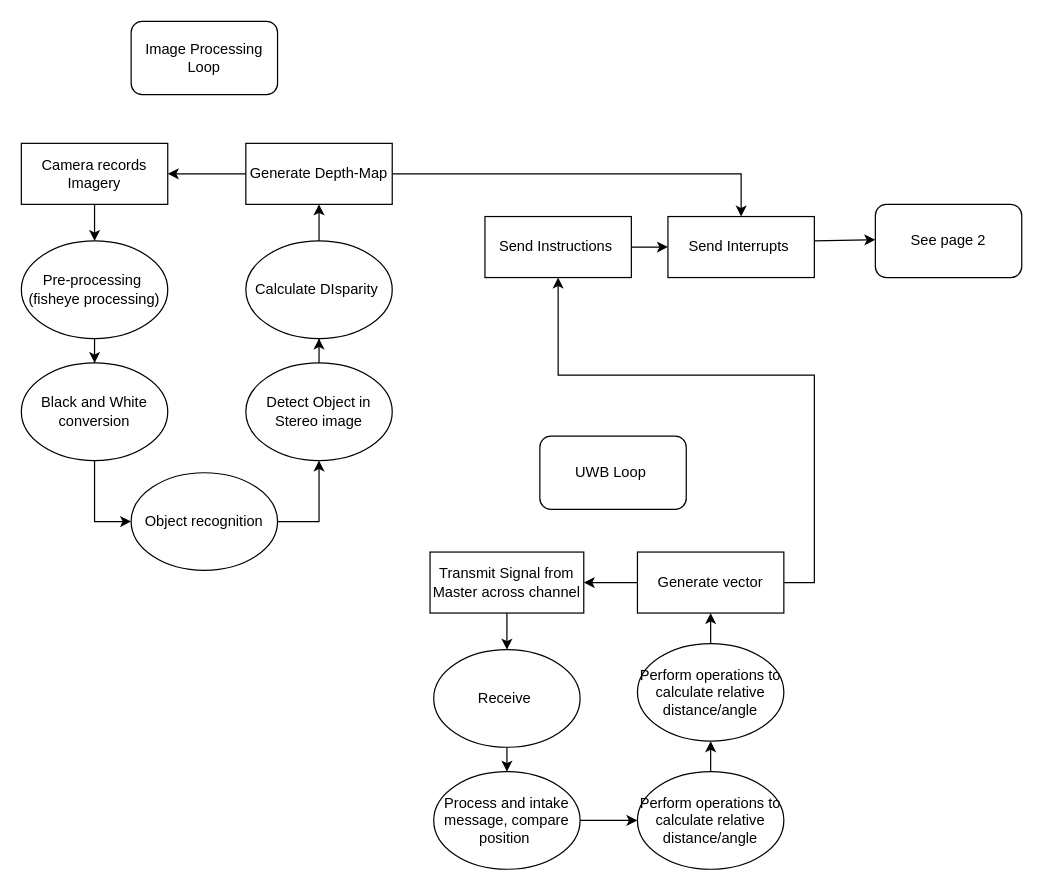
BowieJames/FollowMe keeps this draw.io diagram as page "Page-1" (1 of 3) of diagrams/ProgramFlow.drawio. Above is the earlier version. Source tidied: cells renumbered, new cells numbered last; positions are measured from the earlier drawing's top-left corner, leaving out a move shared by most shapes. Both pictures are drawn from the tidied source at 122%, with x=0, y=0 at pixel (21, 21).
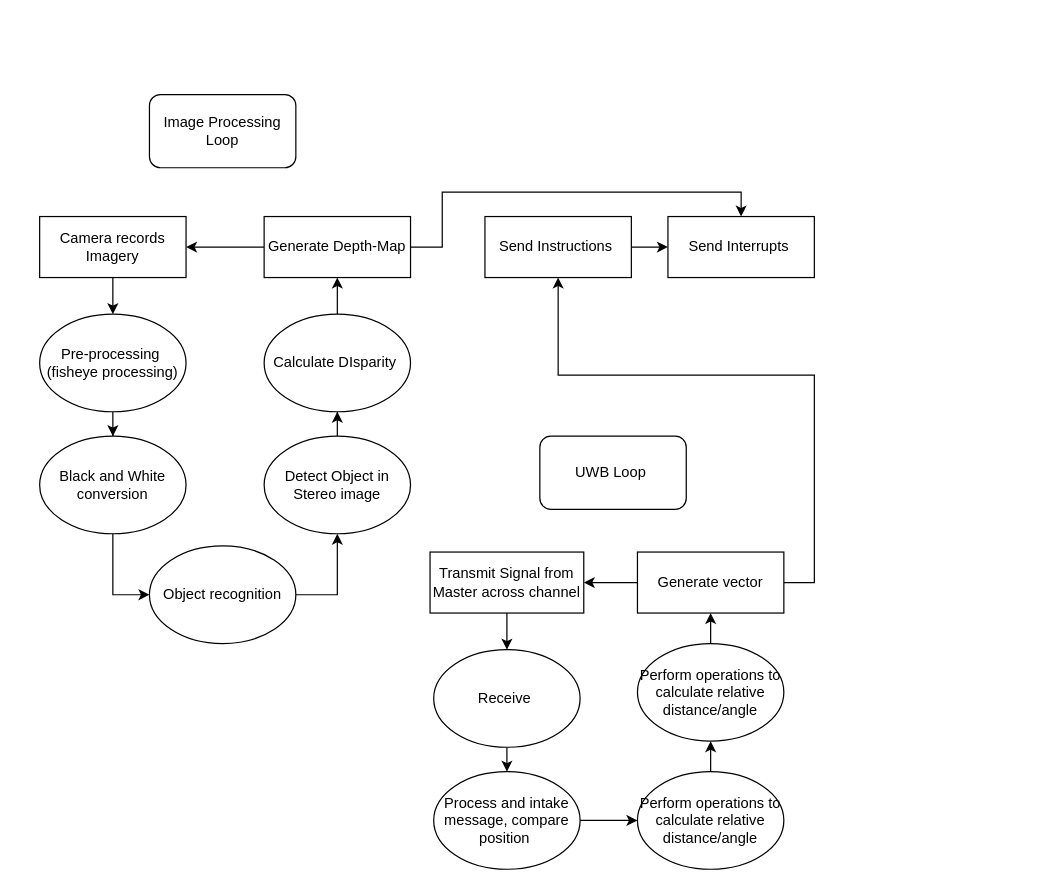
The same page after the edit.

The change refers to these unchanged cells:
```xml
<mxCell id="32" value="Send Interrupts&amp;nbsp;" style="whiteSpace=wrap;html=1;" parent="1" vertex="1">
  <mxGeometry x="530" y="160" width="120" height="50" as="geometry" />
</mxCell>
```

The edit, as a diff of the source:
```diff
@@
     <mxCell id="3" value="Camera records Imagery" style="rounded=0;whiteSpace=wrap;html=1;" parent="1" vertex="1">
-      <mxGeometry y="100" width="120" height="50" as="geometry" />
+      <mxGeometry x="15" y="160" width="120" height="50" as="geometry" />
     </mxCell>
@@
     <mxCell id="5" value="Pre-processing&amp;nbsp;&lt;div&gt;(fisheye processing&lt;span style=&quot;background-color: transparent; color: light-dark(rgb(0, 0, 0), rgb(255, 255, 255));&quot;&gt;)&lt;/span&gt;&lt;/div&gt;" style="ellipse;whiteSpace=wrap;html=1;" parent="1" vertex="1">
-      <mxGeometry y="180" width="120" height="80" as="geometry" />
+      <mxGeometry x="15" y="240" width="120" height="80" as="geometry" />
     </mxCell>
@@
     <mxCell id="7" value="Black and White conversion" style="ellipse;whiteSpace=wrap;html=1;" parent="1" vertex="1">
-      <mxGeometry y="280" width="120" height="80" as="geometry" />
+      <mxGeometry x="15" y="340" width="120" height="80" as="geometry" />
     </mxCell>
     <mxCell id="8" style="edgeStyle=orthogonalEdgeStyle;rounded=0;jettySize=auto;html=1;entryX=0.5;entryY=1;entryDx=0;entryDy=0;" parent="1" edge="1" source="9" target="11">
       <mxGeometry relative="1" as="geometry">
         <Array as="points">
-          <mxPoint x="244" y="410" />
+          <mxPoint x="259" y="470" />
         </Array>
       </mxGeometry>
     </mxCell>
     <mxCell id="9" value="Object recognition" style="ellipse;whiteSpace=wrap;html=1;" parent="1" vertex="1">
-      <mxGeometry x="90" y="370" width="120" height="80" as="geometry" />
+      <mxGeometry x="105" y="430" width="120" height="80" as="geometry" />
     </mxCell>
@@
     <mxCell id="11" value="Detect Object in Stereo image" style="ellipse;whiteSpace=wrap;html=1;" parent="1" vertex="1">
-      <mxGeometry x="184" y="280" width="120" height="80" as="geometry" />
+      <mxGeometry x="199" y="340" width="120" height="80" as="geometry" />
     </mxCell>
@@
     <mxCell id="13" value="Calculate DIsparity&amp;nbsp;" style="ellipse;whiteSpace=wrap;html=1;" parent="1" vertex="1">
-      <mxGeometry x="184" y="180" width="120" height="80" as="geometry" />
+      <mxGeometry x="199" y="240" width="120" height="80" as="geometry" />
     </mxCell>
@@
-    <mxCell id="15" style="edgeStyle=orthogonalEdgeStyle;rounded=0;jettySize=auto;html=1;" parent="1" edge="1" source="16" target="32">
-      <mxGeometry relative="1" as="geometry" />
+    <mxCell id="15" style="edgeStyle=orthogonalEdgeStyle;rounded=0;jettySize=auto;html=1;entryX=0.5;entryY=0;entryDx=0;entryDy=0;" parent="1" edge="1" source="16" target="32">
+      <mxGeometry relative="1" as="geometry">
+        <Array as="points">
+          <mxPoint x="345" y="185" />
+          <mxPoint x="345" y="140" />
+          <mxPoint x="590" y="140" />
+        </Array>
+      </mxGeometry>
     </mxCell>
     <mxCell id="16" value="Generate Depth-Map" style="whiteSpace=wrap;html=1;" parent="1" vertex="1">
-      <mxGeometry x="184" y="100" width="120" height="50" as="geometry" />
+      <mxGeometry x="199" y="160" width="120" height="50" as="geometry" />
     </mxCell>
     <mxCell id="17" value="Image Processing Loop" style="rounded=1;whiteSpace=wrap;html=1;" parent="1" vertex="1">
-      <mxGeometry x="90" width="120" height="60" as="geometry" />
+      <mxGeometry x="105" y="60" width="120" height="60" as="geometry" />
     </mxCell>
@@
-    <mxCell id="31" style="edgeStyle=orthogonalEdgeStyle;rounded=0;orthogonalLoop=1;jettySize=auto;html=1;" parent="1" edge="1">
-      <mxGeometry relative="1" as="geometry">
-        <mxPoint x="600" y="179" as="sourcePoint" />
-        <mxPoint x="700" y="179" as="targetPoint" />
-        <Array as="points">
-          <mxPoint x="650" y="179" />
-          <mxPoint x="650" y="180" />
-        </Array>
-      </mxGeometry>
-    </mxCell>
@@
-    <mxCell id="36" value="See page 2" style="rounded=1;whiteSpace=wrap;html=1;" parent="1" vertex="1">
-      <mxGeometry x="700" y="150" width="120" height="60" as="geometry" />
-    </mxCell>
```
